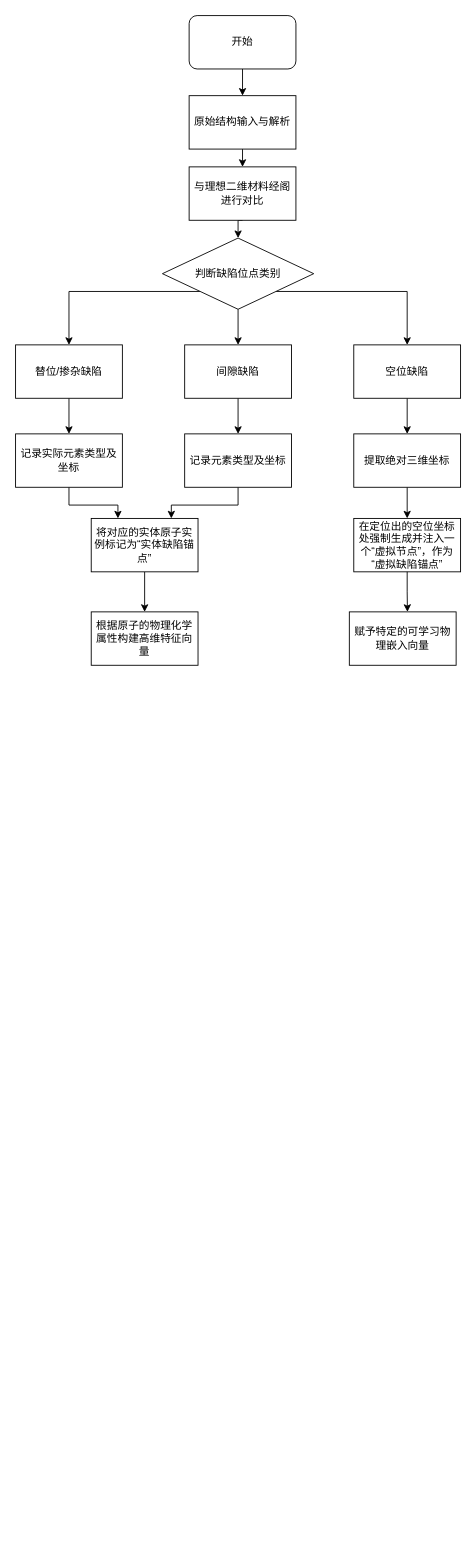
This is 未命名绘图.drawio from wuleyan2004/defect_formation_energy_prediction, a draw.io file, before an edit. Source tidied: cells renumbered, new cells numbered last; positions are measured from the earlier drawing's top-left corner, leaving out a move shared by most shapes. Both pictures are drawn from the tidied source at 89%, with x=0, y=0 at pixel (15, 15).
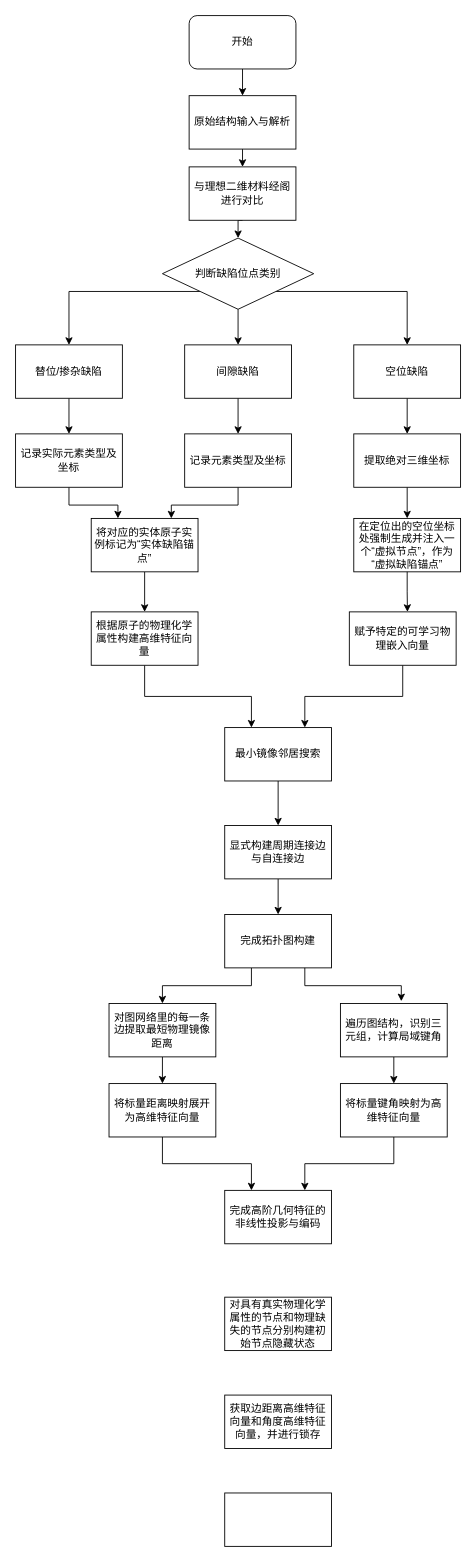
The same diagram, later.

Commit message:
更新未命名绘图.drawio

Unchanged cells that the change refers to:
```xml
<mxCell id="27" value="根据原子的物理化学属性构建高维特征向量" style="rounded=0;whiteSpace=wrap;html=1;" parent="1" vertex="1">
  <mxGeometry x="85" y="670" width="120" height="60" as="geometry" />
</mxCell>
<mxCell id="28" value="赋予特定的可学习物理嵌入向量" style="rounded=0;whiteSpace=wrap;html=1;" parent="1" vertex="1">
  <mxGeometry x="375" y="670" width="120" height="60" as="geometry" />
</mxCell>
```

The edit, as a diff of the source:
```diff
@@
+    <mxCell id="30" style="edgeStyle=orthogonalEdgeStyle;rounded=0;jettySize=auto;html=1;exitX=0.5;exitY=1;exitDx=0;exitDy=0;entryX=0.25;entryY=0;entryDx=0;entryDy=0;" parent="1" edge="1" source="27" target="33">
+      <mxGeometry relative="1" as="geometry" />
+    </mxCell>
@@
+    <mxCell id="31" style="edgeStyle=orthogonalEdgeStyle;rounded=0;jettySize=auto;html=1;exitX=0.5;exitY=1;exitDx=0;exitDy=0;entryX=0.75;entryY=0;entryDx=0;entryDy=0;" parent="1" edge="1" source="28" target="33">
+      <mxGeometry relative="1" as="geometry" />
+    </mxCell>
@@
+    <mxCell id="32" style="edgeStyle=orthogonalEdgeStyle;rounded=0;jettySize=auto;html=1;exitX=0.5;exitY=1;exitDx=0;exitDy=0;entryX=0.5;entryY=0;entryDx=0;entryDy=0;" parent="1" edge="1" source="33" target="35">
+      <mxGeometry relative="1" as="geometry" />
+    </mxCell>
+    <mxCell id="33" value="最小镜像邻居搜索" style="rounded=0;whiteSpace=wrap;html=1;" parent="1" vertex="1">
+      <mxGeometry x="235" y="800" width="120" height="60" as="geometry" />
+    </mxCell>
+    <mxCell id="34" style="edgeStyle=orthogonalEdgeStyle;rounded=0;jettySize=auto;html=1;exitX=0.5;exitY=1;exitDx=0;exitDy=0;entryX=0.5;entryY=0;entryDx=0;entryDy=0;" parent="1" edge="1" source="35" target="37">
+      <mxGeometry relative="1" as="geometry" />
+    </mxCell>
+    <mxCell id="35" value="显式构建周期连接边与自连接边" style="rounded=0;whiteSpace=wrap;html=1;" parent="1" vertex="1">
+      <mxGeometry x="235" y="910" width="120" height="60" as="geometry" />
+    </mxCell>
+    <mxCell id="36" style="edgeStyle=orthogonalEdgeStyle;rounded=0;jettySize=auto;html=1;exitX=0.25;exitY=1;exitDx=0;exitDy=0;entryX=0.5;entryY=0;entryDx=0;entryDy=0;" parent="1" edge="1" source="37" target="39">
+      <mxGeometry relative="1" as="geometry" />
+    </mxCell>
+    <mxCell id="37" value="完成拓扑图构建" style="rounded=0;whiteSpace=wrap;html=1;" parent="1" vertex="1">
+      <mxGeometry x="235" y="1010" width="120" height="60" as="geometry" />
+    </mxCell>
+    <mxCell id="38" style="edgeStyle=orthogonalEdgeStyle;rounded=0;jettySize=auto;html=1;exitX=0.5;exitY=1;exitDx=0;exitDy=0;entryX=0.5;entryY=0;entryDx=0;entryDy=0;" parent="1" edge="1" source="39" target="41">
+      <mxGeometry relative="1" as="geometry" />
+    </mxCell>
+    <mxCell id="39" value="对图网络里的每一条边提取最短物理镜像距离" style="rounded=0;whiteSpace=wrap;html=1;" parent="1" vertex="1">
+      <mxGeometry x="105" y="1110" width="120" height="60" as="geometry" />
+    </mxCell>
+    <mxCell id="40" style="edgeStyle=orthogonalEdgeStyle;rounded=0;jettySize=auto;html=1;exitX=0.5;exitY=1;exitDx=0;exitDy=0;entryX=0.25;entryY=0;entryDx=0;entryDy=0;" parent="1" edge="1" source="41" target="46">
+      <mxGeometry relative="1" as="geometry" />
+    </mxCell>
+    <mxCell id="41" value="将标量距离映射展开为高维特征向量" style="rounded=0;whiteSpace=wrap;html=1;" parent="1" vertex="1">
+      <mxGeometry x="105" y="1200" width="120" height="60" as="geometry" />
+    </mxCell>
+    <mxCell id="42" style="edgeStyle=orthogonalEdgeStyle;rounded=0;jettySize=auto;html=1;exitX=0.5;exitY=1;exitDx=0;exitDy=0;entryX=0.5;entryY=0;entryDx=0;entryDy=0;" parent="1" edge="1" source="43" target="45">
+      <mxGeometry relative="1" as="geometry" />
+    </mxCell>
+    <mxCell id="43" value="遍历图结构，识别三元组，计算局域键角" style="rounded=0;whiteSpace=wrap;html=1;" parent="1" vertex="1">
+      <mxGeometry x="365" y="1110" width="120" height="60" as="geometry" />
+    </mxCell>
+    <mxCell id="44" style="edgeStyle=orthogonalEdgeStyle;rounded=0;jettySize=auto;html=1;exitX=0.5;exitY=1;exitDx=0;exitDy=0;entryX=0.75;entryY=0;entryDx=0;entryDy=0;" parent="1" edge="1" source="45" target="46">
+      <mxGeometry relative="1" as="geometry" />
+    </mxCell>
+    <mxCell id="45" value="将标量键角映射为高维特征向量" style="rounded=0;whiteSpace=wrap;html=1;" parent="1" vertex="1">
+      <mxGeometry x="365" y="1200" width="120" height="60" as="geometry" />
+    </mxCell>
+    <mxCell id="46" value="完成高阶几何特征的非线性投影与编码" style="rounded=0;whiteSpace=wrap;html=1;" parent="1" vertex="1">
+      <mxGeometry x="235" y="1320" width="120" height="60" as="geometry" />
+    </mxCell>
+    <mxCell id="47" style="edgeStyle=orthogonalEdgeStyle;rounded=0;jettySize=auto;html=1;exitX=0.75;exitY=1;exitDx=0;exitDy=0;entryX=0.57;entryY=-0.042;entryDx=0;entryDy=0;entryPerimeter=0;" parent="1" edge="1" source="37" target="43">
+      <mxGeometry relative="1" as="geometry" />
+    </mxCell>
+    <mxCell id="48" value="对具有真实物理化学属性的节点和物理缺失的节点分别构建初始节点隐藏状态" style="rounded=0;whiteSpace=wrap;html=1;" parent="1" vertex="1">
+      <mxGeometry x="235" y="1440" width="120" height="60" as="geometry" />
+    </mxCell>
+    <mxCell id="49" value="获取边距离高维特征向量和角度高维特征向量，并进行锁存" style="rounded=0;whiteSpace=wrap;html=1;" parent="1" vertex="1">
+      <mxGeometry x="235" y="1550" width="120" height="60" as="geometry" />
+    </mxCell>
+    <mxCell id="50" style="rounded=0;whiteSpace=wrap;html=1;" parent="1" vertex="1">
+      <mxGeometry x="235" y="1660" width="120" height="60" as="geometry" />
+    </mxCell>
```
